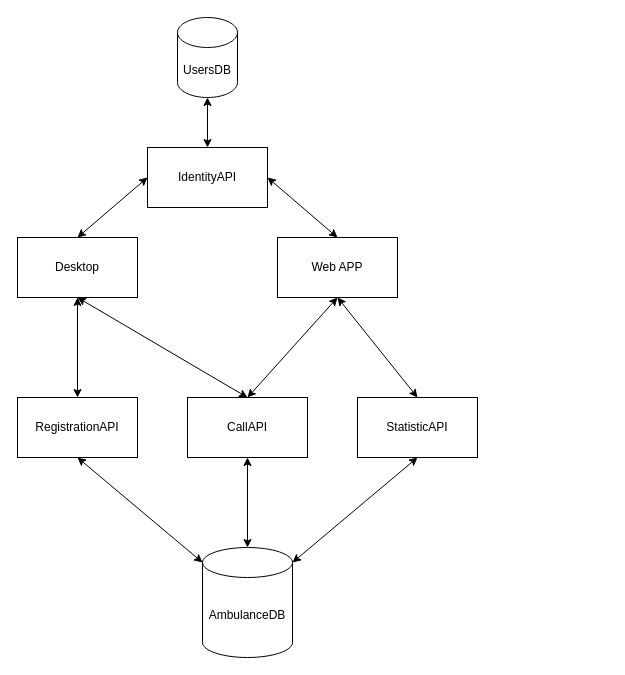
Before: Modules.drawio in zalyz/Diplom, a draw.io diagram. Source tidied: cells renumbered, new cells numbered last; positions are measured from the earlier drawing's top-left corner, leaving out a move shared by most shapes. Both pictures are drawn from the tidied source at 100%, with x=0, y=0 at pixel (17, 17).
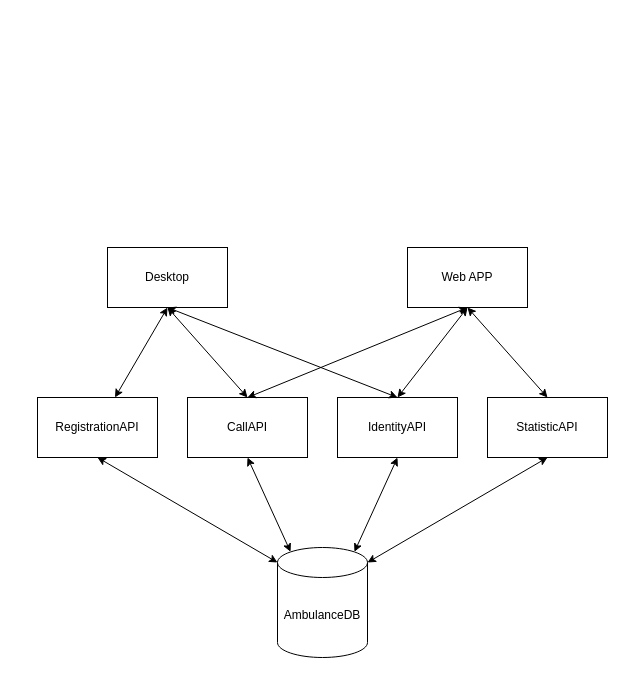
After the change.

What changed in the source:
```diff
@@
 <mxGraphModel>
   <root>
     <mxCell id="0" />
     <mxCell id="1" parent="0" />
     <mxCell id="2" value="CallAPI" style="rounded=0;whiteSpace=wrap;html=1;" parent="1" vertex="1">
       <mxGeometry x="170" y="380" width="120" height="60" as="geometry" />
     </mxCell>
     <mxCell id="3" value="RegistrationAPI" style="rounded=0;whiteSpace=wrap;html=1;" parent="1" vertex="1">
-      <mxGeometry y="380" width="120" height="60" as="geometry" />
+      <mxGeometry x="20" y="380" width="120" height="60" as="geometry" />
     </mxCell>
     <mxCell id="4" value="Desktop" style="rounded=0;whiteSpace=wrap;html=1;" parent="1" vertex="1">
-      <mxGeometry y="220" width="120" height="60" as="geometry" />
+      <mxGeometry x="90" y="230" width="120" height="60" as="geometry" />
     </mxCell>
     <mxCell id="5" value="AmbulanceDB" style="shape=cylinder3;whiteSpace=wrap;html=1;boundedLbl=1;backgroundOutline=1;size=15;" parent="1" vertex="1">
-      <mxGeometry x="185" y="530" width="90" height="110" as="geometry" />
+      <mxGeometry x="260" y="530" width="90" height="110" as="geometry" />
     </mxCell>
     <mxCell id="6" value="IdentityAPI" style="rounded=0;whiteSpace=wrap;html=1;" parent="1" vertex="1">
-      <mxGeometry x="130" y="130" width="120" height="60" as="geometry" />
+      <mxGeometry x="320" y="380" width="120" height="60" as="geometry" />
     </mxCell>
     <mxCell id="7" value="Web APP" style="rounded=0;whiteSpace=wrap;html=1;" parent="1" vertex="1">
-      <mxGeometry x="260" y="220" width="120" height="60" as="geometry" />
+      <mxGeometry x="390" y="230" width="120" height="60" as="geometry" />
     </mxCell>
-    <mxCell id="8" value="UsersDB" style="shape=cylinder3;whiteSpace=wrap;html=1;boundedLbl=1;backgroundOutline=1;size=15;" parent="1" vertex="1">
-      <mxGeometry x="160" width="60" height="80" as="geometry" />
-    </mxCell>
-    <mxCell id="9" style="endArrow=classic;startArrow=classic;html=1;rounded=0;entryX=0.5;entryY=1;entryDx=0;entryDy=0;entryPerimeter=0;exitX=0.5;exitY=0;exitDx=0;exitDy=0;" parent="1" edge="1" source="6" target="8">
-      <mxGeometry relative="1" as="geometry" />
-    </mxCell>
-    <mxCell id="10" style="endArrow=classic;startArrow=classic;html=1;rounded=0;exitX=0.5;exitY=0;exitDx=0;exitDy=0;entryX=1;entryY=0.5;entryDx=0;entryDy=0;" parent="1" edge="1" source="7" target="6">
+    <mxCell id="10" style="endArrow=classic;startArrow=classic;html=1;rounded=0;exitX=0.5;exitY=1;exitDx=0;exitDy=0;entryX=0.5;entryY=0;entryDx=0;entryDy=0;" parent="1" edge="1" source="7" target="6">
       <mxGeometry relative="1" as="geometry" />
     </mxCell>
-    <mxCell id="11" style="endArrow=classic;startArrow=classic;html=1;rounded=0;entryX=0.5;entryY=1;entryDx=0;entryDy=0;exitX=0.5;exitY=0;exitDx=0;exitDy=0;" parent="1" edge="1" source="2" target="7">
-      <mxGeometry relative="1" as="geometry" />
-    </mxCell>
     <mxCell id="12" style="endArrow=classic;startArrow=classic;html=1;rounded=0;entryX=0.5;entryY=1;entryDx=0;entryDy=0;" parent="1" edge="1" source="3" target="4">
       <mxGeometry relative="1" as="geometry" />
     </mxCell>
     <mxCell id="13" style="endArrow=classic;startArrow=classic;html=1;rounded=0;entryX=0.5;entryY=1;entryDx=0;entryDy=0;exitX=0.5;exitY=0;exitDx=0;exitDy=0;" parent="1" edge="1" source="2" target="4">
       <mxGeometry relative="1" as="geometry" />
     </mxCell>
     <mxCell id="14" style="endArrow=classic;startArrow=classic;html=1;rounded=0;entryX=0.5;entryY=1;entryDx=0;entryDy=0;exitX=0;exitY=0;exitDx=0;exitDy=15;exitPerimeter=0;" parent="1" edge="1" source="5" target="3">
       <mxGeometry relative="1" as="geometry" />
     </mxCell>
-    <mxCell id="15" style="endArrow=classic;startArrow=classic;html=1;rounded=0;entryX=0.5;entryY=1;entryDx=0;entryDy=0;exitX=0.5;exitY=0;exitDx=0;exitDy=0;exitPerimeter=0;" parent="1" edge="1" source="5" target="2">
+    <mxCell id="15" style="endArrow=classic;startArrow=classic;html=1;rounded=0;entryX=0.5;entryY=1;entryDx=0;entryDy=0;exitX=0.145;exitY=0;exitDx=0;exitDy=4.35;exitPerimeter=0;" parent="1" edge="1" source="5" target="2">
       <mxGeometry relative="1" as="geometry" />
     </mxCell>
-    <mxCell id="16" style="endArrow=classic;startArrow=classic;html=1;rounded=0;entryX=0;entryY=0.5;entryDx=0;entryDy=0;exitX=0.5;exitY=0;exitDx=0;exitDy=0;" parent="1" edge="1" source="4" target="6">
+    <mxCell id="16" style="endArrow=classic;startArrow=classic;html=1;rounded=0;entryX=0.5;entryY=0;entryDx=0;entryDy=0;exitX=0.5;exitY=1;exitDx=0;exitDy=0;" parent="1" edge="1" source="4" target="6">
       <mxGeometry relative="1" as="geometry" />
     </mxCell>
     <mxCell id="17" value="StatisticAPI" style="rounded=0;whiteSpace=wrap;html=1;" parent="1" vertex="1">
-      <mxGeometry x="340" y="380" width="120" height="60" as="geometry" />
+      <mxGeometry x="470" y="380" width="120" height="60" as="geometry" />
     </mxCell>
     <mxCell id="18" style="endArrow=classic;startArrow=classic;html=1;rounded=0;entryX=0.5;entryY=1;entryDx=0;entryDy=0;exitX=1;exitY=0;exitDx=0;exitDy=15;exitPerimeter=0;" parent="1" edge="1" source="5" target="17">
       <mxGeometry relative="1" as="geometry" />
     </mxCell>
     <mxCell id="19" style="endArrow=classic;startArrow=classic;html=1;rounded=0;exitX=0.5;exitY=0;exitDx=0;exitDy=0;entryX=0.5;entryY=1;entryDx=0;entryDy=0;" parent="1" edge="1" source="17" target="7">
       <mxGeometry relative="1" as="geometry" />
     </mxCell>
+    <mxCell id="11" style="endArrow=classic;startArrow=classic;html=1;rounded=0;entryX=0.5;entryY=1;entryDx=0;entryDy=0;exitX=0.5;exitY=0;exitDx=0;exitDy=0;" parent="1" edge="1" source="2" target="7">
+      <mxGeometry relative="1" as="geometry" />
+    </mxCell>
+    <mxCell id="20" style="endArrow=classic;startArrow=classic;html=1;rounded=0;entryX=0.5;entryY=1;entryDx=0;entryDy=0;exitX=0.855;exitY=0;exitDx=0;exitDy=4.35;exitPerimeter=0;" parent="1" edge="1" source="5" target="6">
+      <mxGeometry relative="1" as="geometry" />
+    </mxCell>
   </root>
 </mxGraphModel>
```
